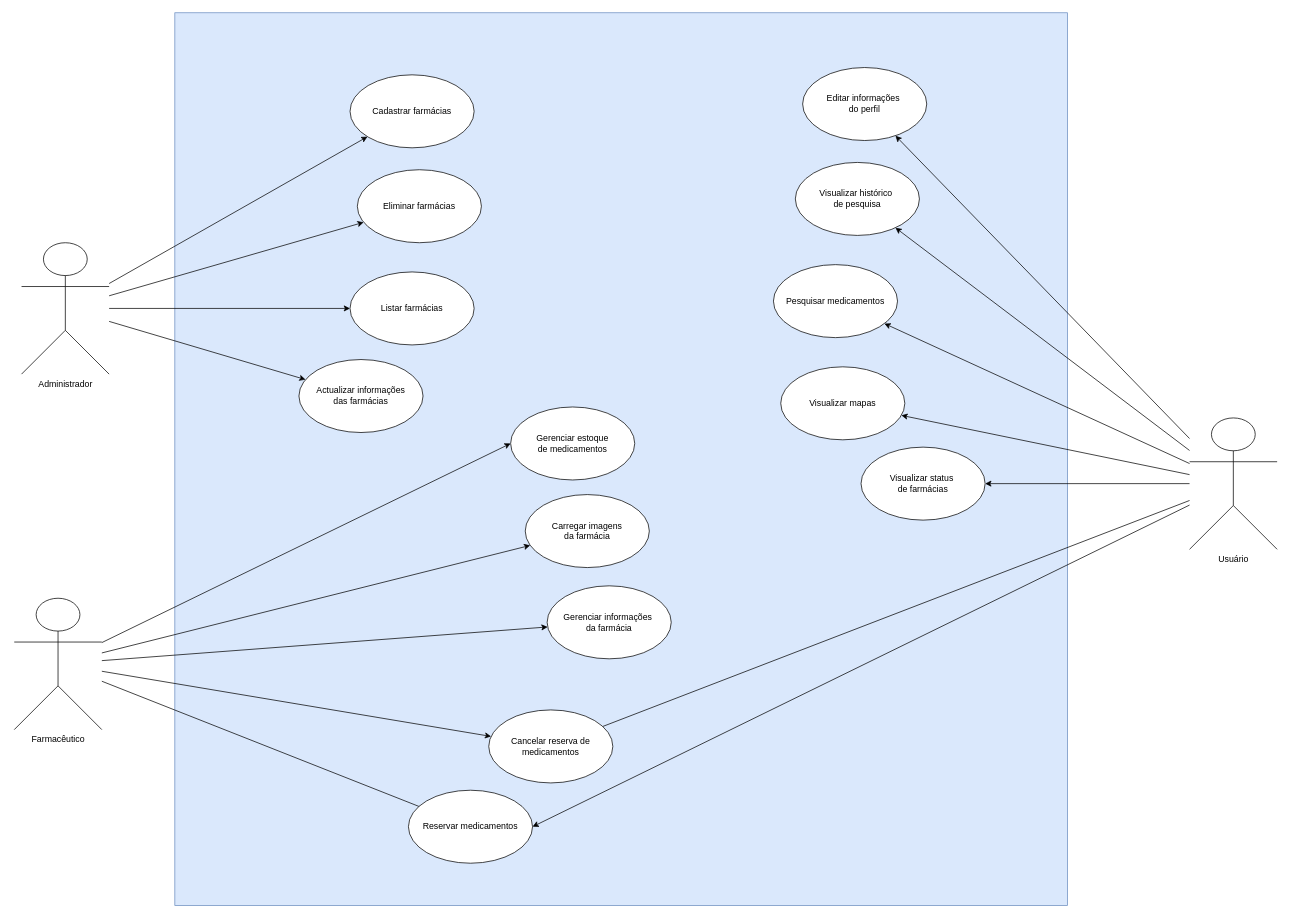
Earlier version of the draw.io diagram assets/dcu.drawio (PauloSanguli/farma-go-backend). Source tidied: cells renumbered, new cells numbered last; positions are measured from the earlier drawing's top-left corner, leaving out a move shared by most shapes. Both pictures are drawn from the tidied source at 73%, with x=0, y=0 at pixel (14, 12).
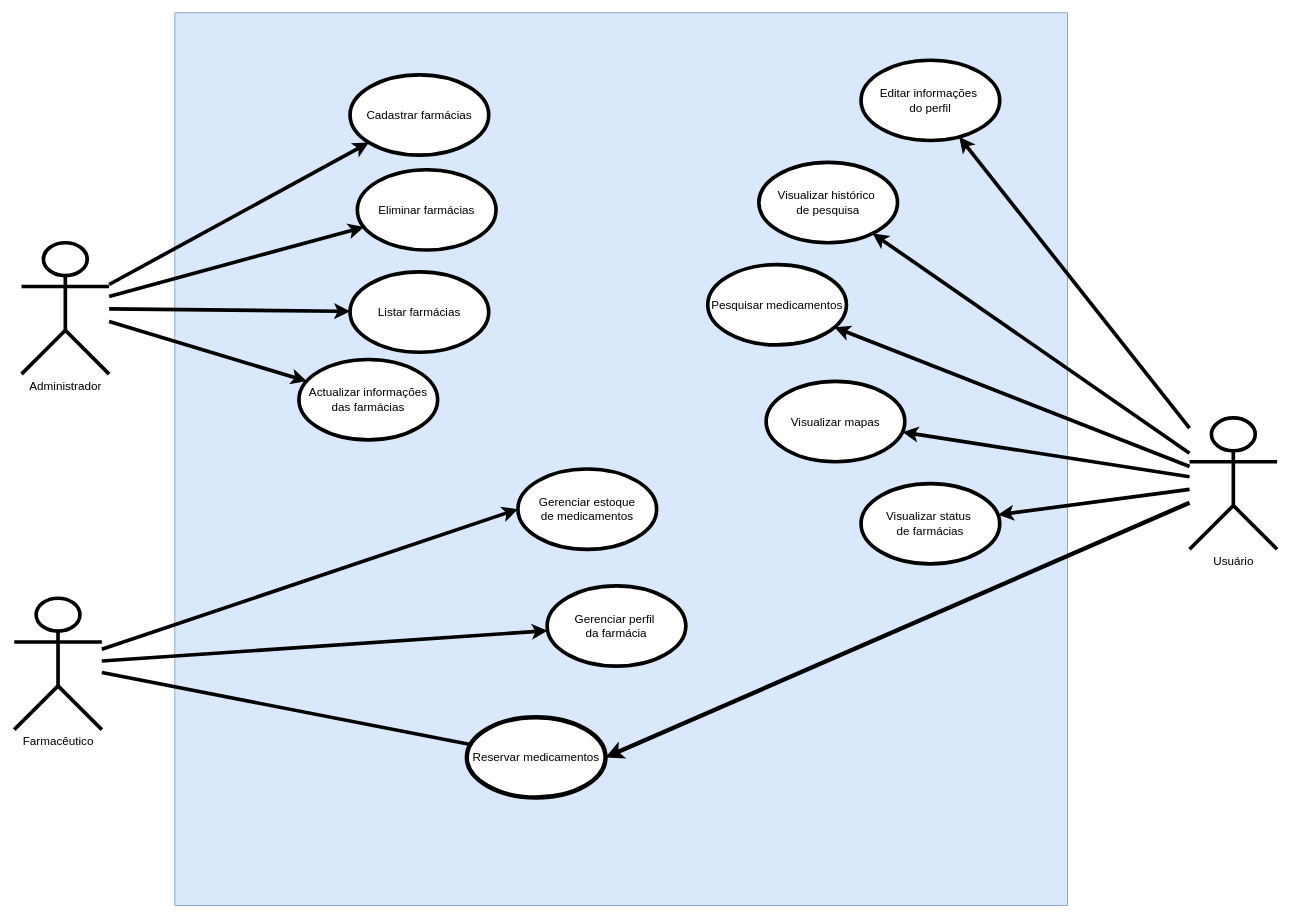
The same page after the edit.

The edit, as a diff of the source:
```diff
@@
-    <mxCell id="3" value="Reservar medicamentos" style="ellipse;whiteSpace=wrap;html=1;" parent="1" vertex="1">
-      <mxGeometry x="540" y="1065" width="170" height="100" as="geometry" />
+    <mxCell id="3" value="Reservar medicamentos" style="ellipse;whiteSpace=wrap;html=1;fontSize=16;strokeWidth=6;" parent="1" vertex="1">
+      <mxGeometry x="620" y="965" width="190" height="110" as="geometry" />
     </mxCell>
-    <mxCell id="4" value="Administrador" style="shape=umlActor;verticalLabelPosition=bottom;verticalAlign=top;html=1;outlineConnect=0;" parent="1" vertex="1">
+    <mxCell id="4" value="Administrador" style="shape=umlActor;verticalLabelPosition=bottom;verticalAlign=top;html=1;outlineConnect=0;strokeWidth=5;fontSize=16;" parent="1" vertex="1">
       <mxGeometry x="10" y="315" width="120" height="180" as="geometry" />
     </mxCell>
-    <mxCell id="5" value="Farmacêutico" style="shape=umlActor;verticalLabelPosition=bottom;verticalAlign=top;html=1;outlineConnect=0;" parent="1" vertex="1">
+    <mxCell id="5" value="Farmacêutico" style="shape=umlActor;verticalLabelPosition=bottom;verticalAlign=top;html=1;outlineConnect=0;strokeWidth=5;fontSize=16;" parent="1" vertex="1">
       <mxGeometry y="802" width="120" height="180" as="geometry" />
     </mxCell>
-    <mxCell id="6" value="Eliminar farmácias" style="ellipse;whiteSpace=wrap;html=1;" parent="1" vertex="1">
-      <mxGeometry x="470" y="215" width="170" height="100" as="geometry" />
+    <mxCell id="6" value="Eliminar farmácias" style="ellipse;whiteSpace=wrap;html=1;strokeWidth=5;fontSize=16;" parent="1" vertex="1">
+      <mxGeometry x="470" y="215" width="190" height="110" as="geometry" />
     </mxCell>
-    <mxCell id="7" style="endArrow=classic;html=1;rounded=0;" parent="1" edge="1" source="4" target="6">
+    <mxCell id="7" style="endArrow=classic;html=1;rounded=0;strokeWidth=5;" parent="1" edge="1" source="4" target="6">
       <mxGeometry relative="1" as="geometry" />
     </mxCell>
-    <mxCell id="8" value="Listar farmácias" style="ellipse;whiteSpace=wrap;html=1;" parent="1" vertex="1">
-      <mxGeometry x="460" y="355" width="170" height="100" as="geometry" />
+    <mxCell id="8" value="Listar farmácias" style="ellipse;whiteSpace=wrap;html=1;strokeWidth=5;fontSize=16;" parent="1" vertex="1">
+      <mxGeometry x="460" y="355" width="190" height="110" as="geometry" />
     </mxCell>
-    <mxCell id="9" style="endArrow=classic;html=1;rounded=0;" parent="1" edge="1" source="4" target="8">
+    <mxCell id="9" style="endArrow=classic;html=1;rounded=0;strokeWidth=5;" parent="1" edge="1" source="4" target="8">
       <mxGeometry relative="1" as="geometry" />
     </mxCell>
-    <mxCell id="10" value="Actualizar informações&lt;div&gt;das farmácias&lt;/div&gt;" style="ellipse;whiteSpace=wrap;html=1;" parent="1" vertex="1">
-      <mxGeometry x="390" y="475" width="170" height="100" as="geometry" />
+    <mxCell id="10" value="Actualizar informações&lt;div&gt;das farmácias&lt;/div&gt;" style="ellipse;whiteSpace=wrap;html=1;strokeWidth=5;fontSize=16;" parent="1" vertex="1">
+      <mxGeometry x="390" y="475" width="190" height="110" as="geometry" />
     </mxCell>
-    <mxCell id="11" style="endArrow=classic;html=1;rounded=0;" parent="1" edge="1" source="4" target="10">
+    <mxCell id="11" style="endArrow=classic;html=1;rounded=0;strokeWidth=5;" parent="1" edge="1" source="4" target="10">
       <mxGeometry relative="1" as="geometry" />
     </mxCell>
-    <mxCell id="12" value="Cadastrar farmácias" style="ellipse;whiteSpace=wrap;html=1;" parent="1" vertex="1">
-      <mxGeometry x="460" y="85" width="170" height="100" as="geometry" />
+    <mxCell id="12" value="&lt;font&gt;Cadastrar farmácias&lt;/font&gt;" style="ellipse;whiteSpace=wrap;html=1;strokeWidth=5;fontSize=16;" parent="1" vertex="1">
+      <mxGeometry x="460" y="85" width="190" height="110" as="geometry" />
     </mxCell>
-    <mxCell id="13" style="endArrow=classic;html=1;rounded=0;" parent="1" edge="1" source="4" target="12">
+    <mxCell id="13" style="endArrow=classic;html=1;rounded=0;strokeWidth=5;" parent="1" edge="1" source="4" target="12">
       <mxGeometry relative="1" as="geometry" />
     </mxCell>
-    <mxCell id="14" value="Carregar imagens&lt;div&gt;da farmácia&lt;/div&gt;" style="ellipse;whiteSpace=wrap;html=1;" parent="1" vertex="1">
-      <mxGeometry x="700" y="660" width="170" height="100" as="geometry" />
-    </mxCell>
-    <mxCell id="15" style="endArrow=classic;html=1;rounded=0;" parent="1" edge="1" source="5" target="14">
-      <mxGeometry relative="1" as="geometry" />
-    </mxCell>
-    <mxCell id="16" value="Gerenciar informações&amp;nbsp;&lt;div&gt;da farmácia&lt;/div&gt;" style="ellipse;whiteSpace=wrap;html=1;" parent="1" vertex="1">
-      <mxGeometry x="730" y="785" width="170" height="100" as="geometry" />
+    <mxCell id="16" value="Gerenciar perfil&amp;nbsp;&lt;div&gt;da farmácia&lt;/div&gt;" style="ellipse;whiteSpace=wrap;html=1;strokeWidth=5;fontSize=16;" parent="1" vertex="1">
+      <mxGeometry x="730" y="785" width="190" height="110" as="geometry" />
     </mxCell>
-    <mxCell id="17" style="endArrow=classic;html=1;rounded=0;" parent="1" edge="1" source="5" target="16">
+    <mxCell id="17" style="endArrow=classic;html=1;rounded=0;strokeWidth=5;" parent="1" edge="1" source="5" target="16">
       <mxGeometry relative="1" as="geometry" />
     </mxCell>
-    <mxCell id="18" value="Gerenciar estoque&lt;div&gt;de medicamentos&lt;/div&gt;" style="ellipse;whiteSpace=wrap;html=1;" parent="1" vertex="1">
-      <mxGeometry x="680" y="540" width="170" height="100" as="geometry" />
+    <mxCell id="18" value="Gerenciar estoque&lt;div&gt;de medicamentos&lt;/div&gt;" style="ellipse;whiteSpace=wrap;html=1;strokeWidth=5;fontSize=16;" parent="1" vertex="1">
+      <mxGeometry x="690" y="625" width="190" height="110" as="geometry" />
     </mxCell>
-    <mxCell id="19" style="endArrow=classic;html=1;rounded=0;entryX=0;entryY=0.5;entryDx=0;entryDy=0;" parent="1" edge="1" source="5" target="18">
+    <mxCell id="19" style="endArrow=classic;html=1;rounded=0;entryX=0;entryY=0.5;entryDx=0;entryDy=0;strokeWidth=5;" parent="1" edge="1" source="5" target="18">
       <mxGeometry relative="1" as="geometry" />
     </mxCell>
-    <mxCell id="20" value="Cancelar reserva de medicamentos" style="ellipse;whiteSpace=wrap;html=1;" parent="1" vertex="1">
-      <mxGeometry x="650" y="955" width="170" height="100" as="geometry" />
-    </mxCell>
-    <mxCell id="21" style="endArrow=classic;html=1;rounded=0;" parent="1" edge="1" source="5" target="20">
-      <mxGeometry relative="1" as="geometry" />
-    </mxCell>
-    <mxCell id="22" style="endArrow=none;html=1;rounded=0;" parent="1" edge="1" source="20" target="29">
-      <mxGeometry relative="1" as="geometry" />
-    </mxCell>
-    <mxCell id="23" style="endArrow=classic;html=1;rounded=0;entryX=1;entryY=0.5;entryDx=0;entryDy=0;" parent="1" edge="1" source="29" target="3">
+    <mxCell id="23" style="endArrow=classic;html=1;rounded=0;entryX=1;entryY=0.5;entryDx=0;entryDy=0;strokeWidth=6;" parent="1" edge="1" source="29" target="3">
       <mxGeometry relative="1" as="geometry" />
     </mxCell>
-    <mxCell id="24" style="endArrow=none;html=1;rounded=0;" parent="1" edge="1" source="3" target="5">
+    <mxCell id="24" style="endArrow=none;html=1;rounded=0;strokeWidth=5;" parent="1" edge="1" source="3" target="5">
       <mxGeometry relative="1" as="geometry" />
     </mxCell>
-    <mxCell id="25" style="endArrow=classic;html=1;rounded=0;" parent="1" edge="1" source="29" target="30">
+    <mxCell id="25" style="endArrow=classic;html=1;rounded=0;strokeWidth=5;" parent="1" edge="1" source="29" target="30">
       <mxGeometry relative="1" as="geometry" />
     </mxCell>
-    <mxCell id="26" style="endArrow=classic;html=1;rounded=0;" parent="1" edge="1" source="29" target="31">
+    <mxCell id="26" style="endArrow=classic;html=1;rounded=0;strokeWidth=5;" parent="1" edge="1" source="29" target="31">
       <mxGeometry relative="1" as="geometry" />
     </mxCell>
-    <mxCell id="27" style="endArrow=classic;html=1;rounded=0;" parent="1" edge="1" source="29" target="32">
+    <mxCell id="27" style="endArrow=classic;html=1;rounded=0;strokeWidth=5;" parent="1" edge="1" source="29" target="32">
       <mxGeometry relative="1" as="geometry" />
     </mxCell>
-    <mxCell id="28" style="endArrow=classic;html=1;rounded=0;" parent="1" edge="1" source="29" target="33">
+    <mxCell id="28" style="endArrow=classic;html=1;rounded=0;strokeWidth=5;" parent="1" edge="1" source="29" target="33">
       <mxGeometry relative="1" as="geometry" />
     </mxCell>
-    <mxCell id="29" value="Usuário" style="shape=umlActor;verticalLabelPosition=bottom;verticalAlign=top;html=1;outlineConnect=0;" parent="1" vertex="1">
+    <mxCell id="29" value="Usuário" style="shape=umlActor;verticalLabelPosition=bottom;verticalAlign=top;html=1;outlineConnect=0;strokeWidth=5;fontSize=16;" parent="1" vertex="1">
       <mxGeometry x="1610" y="555" width="120" height="180" as="geometry" />
     </mxCell>
-    <mxCell id="30" value="Pesquisar medicamentos" style="ellipse;whiteSpace=wrap;html=1;" parent="1" vertex="1">
-      <mxGeometry x="1040" y="345" width="170" height="100" as="geometry" />
+    <mxCell id="30" value="Pesquisar medicamentos" style="ellipse;whiteSpace=wrap;html=1;strokeWidth=5;fontSize=16;" parent="1" vertex="1">
+      <mxGeometry x="950" y="345" width="190" height="110" as="geometry" />
     </mxCell>
-    <mxCell id="31" value="Visualizar mapas" style="ellipse;whiteSpace=wrap;html=1;" parent="1" vertex="1">
-      <mxGeometry x="1050" y="485" width="170" height="100" as="geometry" />
+    <mxCell id="31" value="Visualizar mapas" style="ellipse;whiteSpace=wrap;html=1;strokeWidth=5;fontSize=16;" parent="1" vertex="1">
+      <mxGeometry x="1030" y="505" width="190" height="110" as="geometry" />
     </mxCell>
-    <mxCell id="32" value="Visualizar histórico&amp;nbsp;&lt;div&gt;de pesquisa&lt;/div&gt;" style="ellipse;whiteSpace=wrap;html=1;" parent="1" vertex="1">
-      <mxGeometry x="1070" y="205" width="170" height="100" as="geometry" />
+    <mxCell id="32" value="Visualizar histórico&amp;nbsp;&lt;div&gt;de pesquisa&lt;/div&gt;" style="ellipse;whiteSpace=wrap;html=1;strokeWidth=5;fontSize=16;" parent="1" vertex="1">
+      <mxGeometry x="1020" y="205" width="190" height="110" as="geometry" />
     </mxCell>
-    <mxCell id="33" value="Visualizar status&amp;nbsp;&lt;div&gt;de farmácias&lt;/div&gt;" style="ellipse;whiteSpace=wrap;html=1;" parent="1" vertex="1">
-      <mxGeometry x="1160" y="595" width="170" height="100" as="geometry" />
+    <mxCell id="33" value="Visualizar status&amp;nbsp;&lt;div&gt;de farmácias&lt;/div&gt;" style="ellipse;whiteSpace=wrap;html=1;strokeWidth=5;fontSize=16;" parent="1" vertex="1">
+      <mxGeometry x="1160" y="645" width="190" height="110" as="geometry" />
     </mxCell>
-    <mxCell id="34" value="Editar informações&amp;nbsp;&lt;div&gt;do perfil&lt;/div&gt;" style="ellipse;whiteSpace=wrap;html=1;" parent="1" vertex="1">
-      <mxGeometry x="1080" y="75" width="170" height="100" as="geometry" />
+    <mxCell id="34" value="Editar informações&amp;nbsp;&lt;div&gt;do perfil&lt;/div&gt;" style="ellipse;whiteSpace=wrap;html=1;strokeWidth=5;fontSize=16;" parent="1" vertex="1">
+      <mxGeometry x="1160" y="65" width="190" height="110" as="geometry" />
     </mxCell>
-    <mxCell id="35" style="endArrow=classic;html=1;rounded=0;" parent="1" edge="1" source="29" target="34">
+    <mxCell id="35" style="endArrow=classic;html=1;rounded=0;strokeWidth=5;" parent="1" edge="1" source="29" target="34">
       <mxGeometry relative="1" as="geometry" />
     </mxCell>
```
